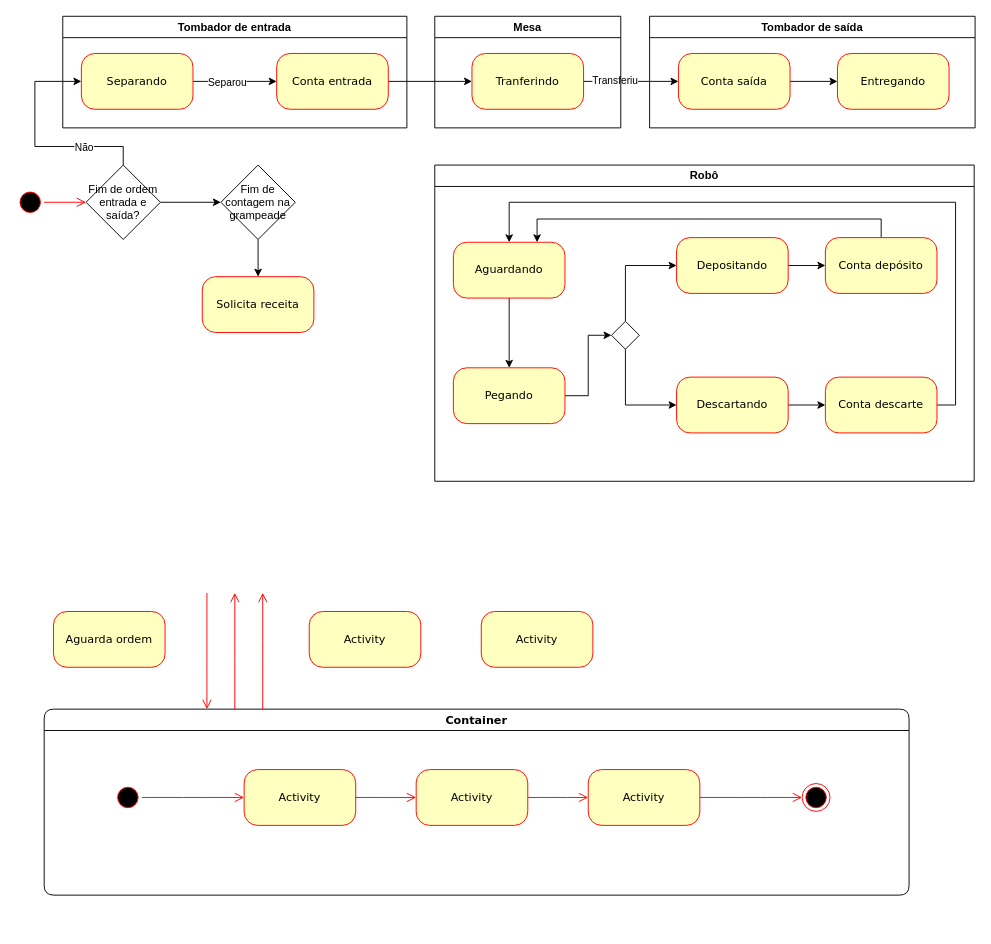
JonanMuller/WEGDiagrams keeps this draw.io diagram as gerenciamentoOrdemG53.drawio. Above is the earlier version. Source tidied: cells renumbered, new cells numbered last; positions are measured from the earlier drawing's top-left corner, leaving out a move shared by most shapes. Both pictures are drawn from the tidied source at 93%, with x=0, y=0 at pixel (16, 16).
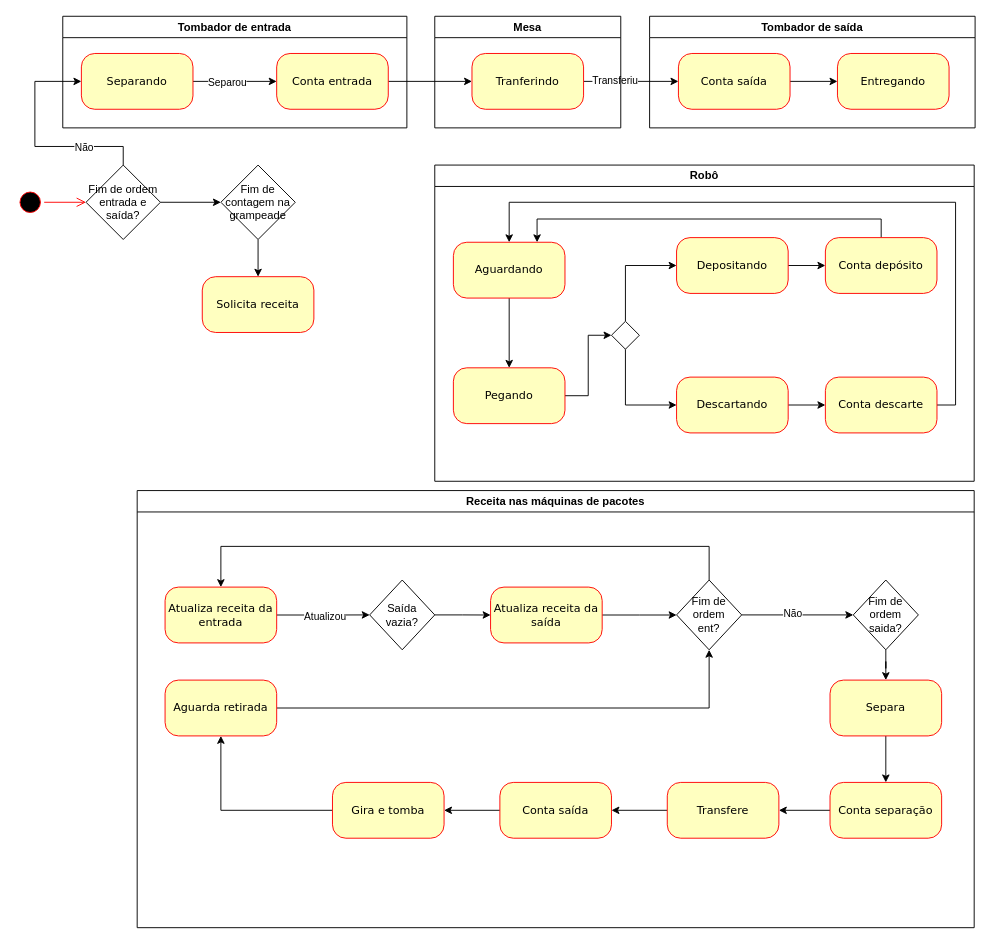
After the change.

Change to the diagram source:
```diff
@@
-    <mxCell id="3" value="Activity" style="rounded=1;whiteSpace=wrap;html=1;arcSize=24;fillColor=#ffffc0;strokeColor=#ff0000;shadow=0;comic=0;labelBackgroundColor=none;fontFamily=Verdana;fontSize=12;fontColor=#000000;align=center;" parent="1" vertex="1">
-      <mxGeometry x="315" y="640" width="120" height="60" as="geometry" />
-    </mxCell>
@@
-    <mxCell id="12" value="Activity" style="rounded=1;whiteSpace=wrap;html=1;arcSize=24;fillColor=#ffffc0;strokeColor=#ff0000;shadow=0;comic=0;labelBackgroundColor=none;fontFamily=Verdana;fontSize=12;fontColor=#000000;align=center;" parent="1" vertex="1">
-      <mxGeometry x="500" y="640" width="120" height="60" as="geometry" />
-    </mxCell>
-    <mxCell id="13" value="Container" style="swimlane;whiteSpace=wrap;html=1;rounded=1;shadow=0;comic=0;labelBackgroundColor=none;strokeWidth=1;fontFamily=Verdana;fontSize=12;align=center;" parent="1" vertex="1">
-      <mxGeometry x="30" y="745" width="930" height="200" as="geometry" />
-    </mxCell>
-    <mxCell id="14" style="edgeStyle=elbowEdgeStyle;html=1;labelBackgroundColor=none;endArrow=open;endSize=8;strokeColor=#ff0000;fontFamily=Verdana;fontSize=12;align=left;" parent="13" edge="1" source="15" target="20">
-      <mxGeometry relative="1" as="geometry" />
-    </mxCell>
-    <mxCell id="15" value="Activity" style="rounded=1;whiteSpace=wrap;html=1;arcSize=24;fillColor=#ffffc0;strokeColor=#ff0000;shadow=0;comic=0;labelBackgroundColor=none;fontFamily=Verdana;fontSize=12;fontColor=#000000;align=center;" parent="13" vertex="1">
-      <mxGeometry x="215" y="65" width="120" height="60" as="geometry" />
-    </mxCell>
-    <mxCell id="16" style="ellipse;html=1;shape=endState;fillColor=#000000;strokeColor=#ff0000;rounded=1;shadow=0;comic=0;labelBackgroundColor=none;fontFamily=Verdana;fontSize=12;fontColor=#000000;align=center;" parent="13" vertex="1">
-      <mxGeometry x="815" y="80" width="30" height="30" as="geometry" />
-    </mxCell>
-    <mxCell id="17" style="edgeStyle=elbowEdgeStyle;html=1;labelBackgroundColor=none;endArrow=open;endSize=8;strokeColor=#ff0000;fontFamily=Verdana;fontSize=12;align=left;" parent="13" edge="1" source="18" target="15">
-      <mxGeometry relative="1" as="geometry" />
-    </mxCell>
-    <mxCell id="18" style="ellipse;html=1;shape=startState;fillColor=#000000;strokeColor=#ff0000;rounded=1;shadow=0;comic=0;labelBackgroundColor=none;fontFamily=Verdana;fontSize=12;fontColor=#000000;align=center;direction=south;" parent="13" vertex="1">
-      <mxGeometry x="75" y="80" width="30" height="30" as="geometry" />
-    </mxCell>
-    <mxCell id="19" style="edgeStyle=elbowEdgeStyle;html=1;labelBackgroundColor=none;endArrow=open;endSize=8;strokeColor=#ff0000;fontFamily=Verdana;fontSize=12;align=left;" parent="13" edge="1" source="20" target="22">
-      <mxGeometry relative="1" as="geometry" />
-    </mxCell>
-    <mxCell id="20" value="Activity" style="rounded=1;whiteSpace=wrap;html=1;arcSize=24;fillColor=#ffffc0;strokeColor=#ff0000;shadow=0;comic=0;labelBackgroundColor=none;fontFamily=Verdana;fontSize=12;fontColor=#000000;align=center;" parent="13" vertex="1">
-      <mxGeometry x="400" y="65" width="120" height="60" as="geometry" />
-    </mxCell>
-    <mxCell id="21" style="edgeStyle=elbowEdgeStyle;html=1;labelBackgroundColor=none;endArrow=open;endSize=8;strokeColor=#ff0000;fontFamily=Verdana;fontSize=12;align=left;" parent="13" edge="1" source="22" target="16">
-      <mxGeometry relative="1" as="geometry" />
-    </mxCell>
-    <mxCell id="22" value="Activity" style="rounded=1;whiteSpace=wrap;html=1;arcSize=24;fillColor=#ffffc0;strokeColor=#ff0000;shadow=0;comic=0;labelBackgroundColor=none;fontFamily=Verdana;fontSize=12;fontColor=#000000;align=center;" parent="13" vertex="1">
-      <mxGeometry x="585" y="65" width="120" height="60" as="geometry" />
-    </mxCell>
@@
-    <mxCell id="24" style="edgeStyle=elbowEdgeStyle;html=1;labelBackgroundColor=none;endArrow=open;endSize=8;strokeColor=#ff0000;fontFamily=Verdana;fontSize=12;align=left;entryX=0.75;entryY=1;" parent="1" edge="1" source="13">
-      <mxGeometry relative="1" as="geometry">
-        <mxPoint x="265" y="620" as="targetPoint" />
-      </mxGeometry>
-    </mxCell>
-    <mxCell id="25" style="edgeStyle=elbowEdgeStyle;html=1;labelBackgroundColor=none;endArrow=open;endSize=8;strokeColor=#ff0000;fontFamily=Verdana;fontSize=12;align=left;entryX=0.5;entryY=1;" parent="1" edge="1" source="13">
-      <mxGeometry relative="1" as="geometry">
-        <mxPoint x="235" y="620" as="targetPoint" />
-      </mxGeometry>
-    </mxCell>
-    <mxCell id="26" style="edgeStyle=elbowEdgeStyle;html=1;labelBackgroundColor=none;endArrow=open;endSize=8;strokeColor=#ff0000;fontFamily=Verdana;fontSize=12;align=left;exitX=0.25;exitY=1;" parent="1" edge="1" target="13">
-      <mxGeometry relative="1" as="geometry">
-        <mxPoint x="205" y="620" as="sourcePoint" />
-      </mxGeometry>
-    </mxCell>
@@
-    <mxCell id="37" value="Aguarda ordem" style="rounded=1;whiteSpace=wrap;html=1;arcSize=24;fillColor=#ffffc0;strokeColor=#ff0000;shadow=0;comic=0;labelBackgroundColor=none;fontFamily=Verdana;fontSize=12;fontColor=#000000;align=center;" parent="1" vertex="1">
-      <mxGeometry x="40" y="640" width="120" height="60" as="geometry" />
-    </mxCell>
@@
+    <mxCell id="57" value="Receita nas máquinas de pacotes" style="swimlane;whiteSpace=wrap;html=1;" parent="1" vertex="1">
+      <mxGeometry x="130" y="510" width="900" height="470" as="geometry" />
+    </mxCell>
+    <mxCell id="58" style="edgeStyle=orthogonalEdgeStyle;rounded=0;jettySize=auto;html=1;entryX=0;entryY=0.5;entryDx=0;entryDy=0;" parent="57" edge="1" source="60" target="62">
+      <mxGeometry relative="1" as="geometry" />
+    </mxCell>
+    <mxCell id="59" value="Atualizou" style="edgeLabel;html=1;align=center;verticalAlign=middle;" parent="58" vertex="1">
+      <mxGeometry x="0.04" y="-2" relative="1" as="geometry" />
+    </mxCell>
+    <mxCell id="60" value="Atualiza receita da entrada" style="rounded=1;whiteSpace=wrap;html=1;arcSize=24;fillColor=#ffffc0;strokeColor=#ff0000;shadow=0;comic=0;labelBackgroundColor=none;fontFamily=Verdana;fontSize=12;fontColor=#000000;align=center;" parent="57" vertex="1">
+      <mxGeometry x="30" y="103.8" width="120" height="60" as="geometry" />
+    </mxCell>
+    <mxCell id="61" style="edgeStyle=orthogonalEdgeStyle;rounded=0;jettySize=auto;html=1;" parent="57" edge="1" source="62" target="64">
+      <mxGeometry relative="1" as="geometry" />
+    </mxCell>
+    <mxCell id="62" value="Saída&lt;div&gt;vazia?&lt;/div&gt;" style="rhombus;whiteSpace=wrap;html=1;" parent="57" vertex="1">
+      <mxGeometry x="250" y="96.2" width="70" height="75" as="geometry" />
+    </mxCell>
+    <mxCell id="63" style="edgeStyle=orthogonalEdgeStyle;rounded=0;jettySize=auto;html=1;" parent="57" edge="1" source="64">
+      <mxGeometry relative="1" as="geometry">
+        <mxPoint x="580" y="133.8" as="targetPoint" />
+      </mxGeometry>
+    </mxCell>
+    <mxCell id="64" value="Atualiza receita da saída" style="rounded=1;whiteSpace=wrap;html=1;arcSize=24;fillColor=#ffffc0;strokeColor=#ff0000;shadow=0;comic=0;labelBackgroundColor=none;fontFamily=Verdana;fontSize=12;fontColor=#000000;align=center;" parent="57" vertex="1">
+      <mxGeometry x="380" y="103.8" width="120" height="60" as="geometry" />
+    </mxCell>
+    <mxCell id="65" style="edgeStyle=orthogonalEdgeStyle;rounded=0;jettySize=auto;html=1;" parent="57" edge="1" source="68" target="70">
+      <mxGeometry relative="1" as="geometry" />
+    </mxCell>
+    <mxCell id="66" value="Não" style="edgeLabel;html=1;align=center;verticalAlign=middle;" parent="65" vertex="1">
+      <mxGeometry x="-0.1" y="2" relative="1" as="geometry" />
+    </mxCell>
+    <mxCell id="67" style="edgeStyle=orthogonalEdgeStyle;rounded=0;jettySize=auto;html=1;exitX=0.5;exitY=0;exitDx=0;exitDy=0;entryX=0.5;entryY=0;entryDx=0;entryDy=0;" parent="57" edge="1" source="68" target="60">
+      <mxGeometry relative="1" as="geometry">
+        <Array as="points">
+          <mxPoint x="615" y="60" />
+          <mxPoint x="90" y="60" />
+        </Array>
+      </mxGeometry>
+    </mxCell>
+    <mxCell id="68" value="Fim de ordem&lt;div&gt;ent?&lt;/div&gt;" style="rhombus;whiteSpace=wrap;html=1;" parent="57" vertex="1">
+      <mxGeometry x="580" y="96.2" width="70" height="75" as="geometry" />
+    </mxCell>
+    <mxCell id="69" style="edgeStyle=orthogonalEdgeStyle;rounded=0;jettySize=auto;html=1;" parent="57" edge="1" source="70" target="72">
+      <mxGeometry relative="1" as="geometry" />
+    </mxCell>
+    <mxCell id="70" value="Fim de ordem&lt;div&gt;saida?&lt;/div&gt;" style="rhombus;whiteSpace=wrap;html=1;" parent="57" vertex="1">
+      <mxGeometry x="770" y="96.2" width="70" height="75" as="geometry" />
+    </mxCell>
+    <mxCell id="71" style="edgeStyle=orthogonalEdgeStyle;rounded=0;jettySize=auto;html=1;" parent="57" edge="1" source="72" target="74">
+      <mxGeometry relative="1" as="geometry" />
+    </mxCell>
+    <mxCell id="72" value="Separa" style="rounded=1;whiteSpace=wrap;html=1;arcSize=24;fillColor=#ffffc0;strokeColor=#ff0000;shadow=0;comic=0;labelBackgroundColor=none;fontFamily=Verdana;fontSize=12;fontColor=#000000;align=center;" parent="57" vertex="1">
+      <mxGeometry x="745" y="203.8" width="120" height="60" as="geometry" />
+    </mxCell>
+    <mxCell id="73" style="edgeStyle=orthogonalEdgeStyle;rounded=0;jettySize=auto;html=1;" parent="57" edge="1" source="74" target="76">
+      <mxGeometry relative="1" as="geometry" />
+    </mxCell>
+    <mxCell id="74" value="Conta separação" style="rounded=1;whiteSpace=wrap;html=1;arcSize=24;fillColor=#ffffc0;strokeColor=#ff0000;shadow=0;comic=0;labelBackgroundColor=none;fontFamily=Verdana;fontSize=12;fontColor=#000000;align=center;" parent="57" vertex="1">
+      <mxGeometry x="745" y="313.8" width="120" height="60" as="geometry" />
+    </mxCell>
+    <mxCell id="75" style="edgeStyle=orthogonalEdgeStyle;rounded=0;jettySize=auto;html=1;" parent="57" edge="1" source="76" target="78">
+      <mxGeometry relative="1" as="geometry" />
+    </mxCell>
+    <mxCell id="76" value="Transfere" style="rounded=1;whiteSpace=wrap;html=1;arcSize=24;fillColor=#ffffc0;strokeColor=#ff0000;shadow=0;comic=0;labelBackgroundColor=none;fontFamily=Verdana;fontSize=12;fontColor=#000000;align=center;" parent="57" vertex="1">
+      <mxGeometry x="570" y="313.8" width="120" height="60" as="geometry" />
+    </mxCell>
+    <mxCell id="77" style="edgeStyle=orthogonalEdgeStyle;rounded=0;jettySize=auto;html=1;" parent="57" edge="1" source="78" target="80">
+      <mxGeometry relative="1" as="geometry" />
+    </mxCell>
+    <mxCell id="78" value="Conta saída" style="rounded=1;whiteSpace=wrap;html=1;arcSize=24;fillColor=#ffffc0;strokeColor=#ff0000;shadow=0;comic=0;labelBackgroundColor=none;fontFamily=Verdana;fontSize=12;fontColor=#000000;align=center;" parent="57" vertex="1">
+      <mxGeometry x="390" y="313.8" width="120" height="60" as="geometry" />
+    </mxCell>
+    <mxCell id="79" style="edgeStyle=orthogonalEdgeStyle;rounded=0;jettySize=auto;html=1;exitX=0;exitY=0.5;exitDx=0;exitDy=0;entryX=0.5;entryY=1;entryDx=0;entryDy=0;" parent="57" edge="1" source="80" target="82">
+      <mxGeometry relative="1" as="geometry" />
+    </mxCell>
+    <mxCell id="80" value="Gira e tomba" style="rounded=1;whiteSpace=wrap;html=1;arcSize=24;fillColor=#ffffc0;strokeColor=#ff0000;shadow=0;comic=0;labelBackgroundColor=none;fontFamily=Verdana;fontSize=12;fontColor=#000000;align=center;" parent="57" vertex="1">
+      <mxGeometry x="210" y="313.8" width="120" height="60" as="geometry" />
+    </mxCell>
+    <mxCell id="81" style="edgeStyle=orthogonalEdgeStyle;rounded=0;jettySize=auto;html=1;exitX=1;exitY=0.5;exitDx=0;exitDy=0;entryX=0.5;entryY=1;entryDx=0;entryDy=0;" parent="57" edge="1" source="82" target="68">
+      <mxGeometry relative="1" as="geometry" />
+    </mxCell>
+    <mxCell id="82" value="Aguarda retirada" style="rounded=1;whiteSpace=wrap;html=1;arcSize=24;fillColor=#ffffc0;strokeColor=#ff0000;shadow=0;comic=0;labelBackgroundColor=none;fontFamily=Verdana;fontSize=12;fontColor=#000000;align=center;" parent="57" vertex="1">
+      <mxGeometry x="30" y="203.8" width="120" height="60" as="geometry" />
+    </mxCell>
```
